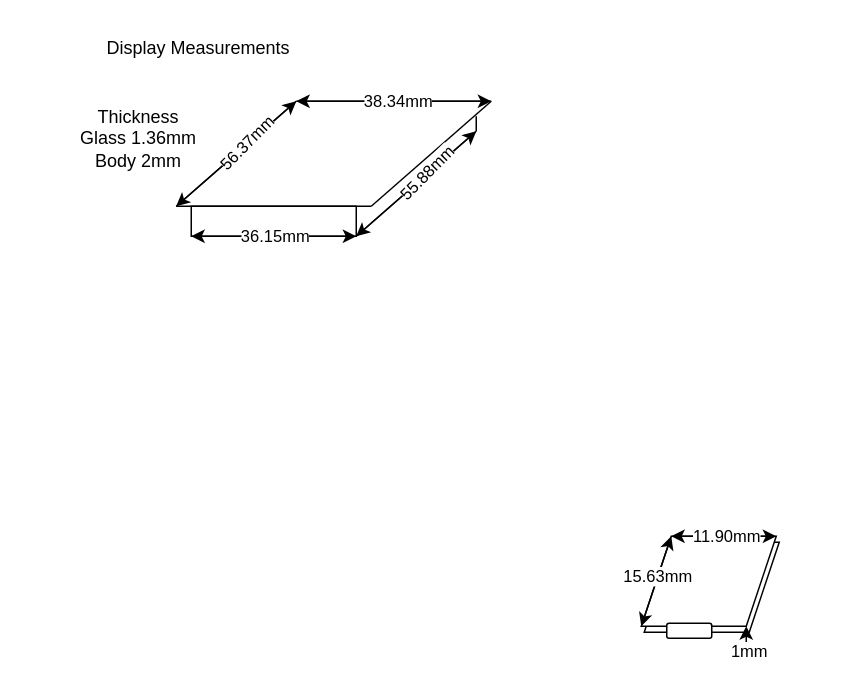
Before: assets/3d/case/measurements.drawio in sandreas/rust-slint-riscv64-musl-demo, a draw.io diagram. Source tidied: cells renumbered, new cells numbered last; positions are measured from the earlier drawing's top-left corner, leaving out a move shared by most shapes. Both pictures are drawn from the tidied source at 150%, with x=0, y=0 at pixel (26, 26).
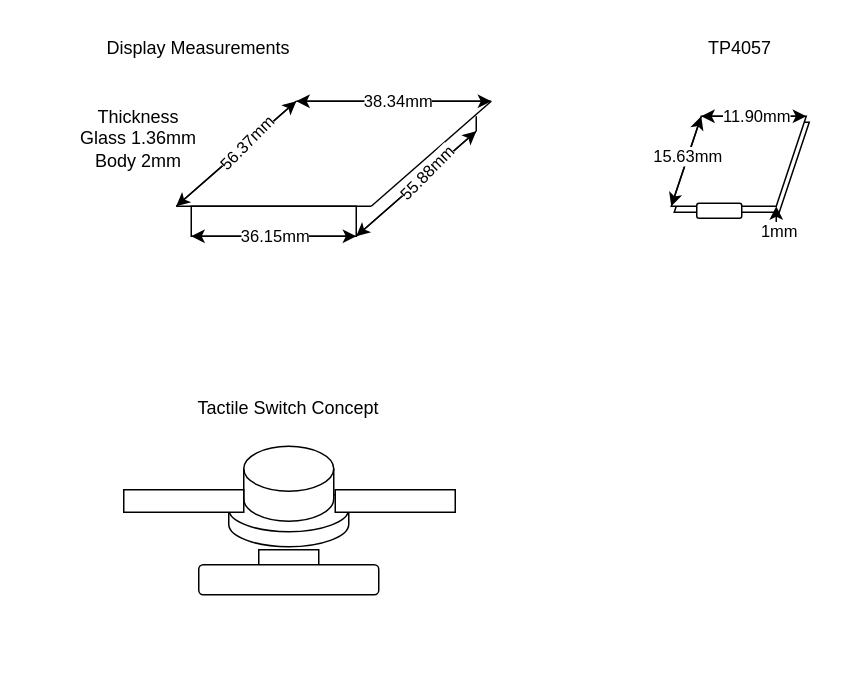
After the change.

Change to the diagram source:
```diff
@@
-    <mxCell id="2" style="shape=parallelogram;perimeter=parallelogramPerimeter;whiteSpace=wrap;html=1;fixedSize=1;" parent="1" vertex="1">
-      <mxGeometry x="412" y="344" width="90" height="60" as="geometry" />
-    </mxCell>
@@
+    <mxCell id="29" style="group;" parent="1" vertex="1">
+      <mxGeometry x="430" y="60" width="92" height="80" as="geometry" />
+    </mxCell>
+    <mxCell id="2" style="shape=parallelogram;perimeter=parallelogramPerimeter;whiteSpace=wrap;html=1;fixedSize=1;" parent="29" vertex="1">
+      <mxGeometry x="2" y="4" width="90" height="60" as="geometry" />
+    </mxCell>
-    <mxCell id="21" style="shape=parallelogram;perimeter=parallelogramPerimeter;whiteSpace=wrap;html=1;fixedSize=1;" parent="1" vertex="1">
-      <mxGeometry x="410" y="340" width="90" height="60" as="geometry" />
+    <mxCell id="21" style="shape=parallelogram;perimeter=parallelogramPerimeter;whiteSpace=wrap;html=1;fixedSize=1;" parent="29" vertex="1">
+      <mxGeometry width="90" height="60" as="geometry" />
     </mxCell>
-    <mxCell id="22" style="rounded=1;whiteSpace=wrap;html=1;" parent="1" vertex="1">
-      <mxGeometry x="427" y="398" width="30" height="10" as="geometry" />
+    <mxCell id="22" style="rounded=1;whiteSpace=wrap;html=1;" parent="29" vertex="1">
+      <mxGeometry x="17" y="58" width="30" height="10" as="geometry" />
     </mxCell>
-    <mxCell id="23" style="endArrow=classic;startArrow=classic;html=1;rounded=0;" parent="1" edge="1">
+    <mxCell id="23" style="endArrow=classic;startArrow=classic;html=1;rounded=0;" parent="29" edge="1">
       <mxGeometry relative="1" as="geometry">
-        <mxPoint x="410" y="400" as="sourcePoint" />
-        <mxPoint x="430" y="340" as="targetPoint" />
+        <mxPoint y="60" as="sourcePoint" />
+        <mxPoint x="20" as="targetPoint" />
       </mxGeometry>
     </mxCell>
@@
-    <mxCell id="25" style="endArrow=classic;startArrow=classic;html=1;rounded=0;entryX=1;entryY=0;entryDx=0;entryDy=0;" parent="1" edge="1" target="21">
+    <mxCell id="25" style="endArrow=classic;startArrow=classic;html=1;rounded=0;entryX=1;entryY=0;entryDx=0;entryDy=0;" parent="29" edge="1" target="21">
       <mxGeometry relative="1" as="geometry">
-        <mxPoint x="430" y="340" as="sourcePoint" />
+        <mxPoint x="20" as="sourcePoint" />
       </mxGeometry>
     </mxCell>
@@
-    <mxCell id="27" style="endArrow=classic;startArrow=classic;html=1;rounded=0;" parent="1" edge="1">
+    <mxCell id="27" style="endArrow=classic;startArrow=classic;html=1;rounded=0;" parent="29" edge="1">
       <mxGeometry relative="1" as="geometry">
-        <mxPoint x="480" y="420" as="sourcePoint" />
-        <mxPoint x="480" y="400" as="targetPoint" />
+        <mxPoint x="70" y="80" as="sourcePoint" />
+        <mxPoint x="70" y="60" as="targetPoint" />
       </mxGeometry>
     </mxCell>
@@
+    <mxCell id="30" value="&lt;div&gt;TP4057&lt;/div&gt;" style="text;html=1;whiteSpace=wrap;strokeColor=none;fillColor=none;align=center;verticalAlign=middle;rounded=0;" parent="1" vertex="1">
+      <mxGeometry x="446" width="60" height="30" as="geometry" />
+    </mxCell>
+    <mxCell id="31" value="Tactile Switch Concept" style="text;html=1;whiteSpace=wrap;strokeColor=none;fillColor=none;align=center;verticalAlign=middle;rounded=0;" parent="1" vertex="1">
+      <mxGeometry x="105" y="240" width="140" height="30" as="geometry" />
+    </mxCell>
+    <mxCell id="32" style="shape=cylinder3;whiteSpace=wrap;html=1;boundedLbl=1;backgroundOutline=1;size=15;" parent="1" vertex="1">
+      <mxGeometry x="135" y="307" width="80" height="40" as="geometry" />
+    </mxCell>
+    <mxCell id="33" style="shape=cylinder3;whiteSpace=wrap;html=1;boundedLbl=1;backgroundOutline=1;size=15;" parent="1" vertex="1">
+      <mxGeometry x="145" y="280" width="60" height="50" as="geometry" />
+    </mxCell>
+    <mxCell id="34" style="rounded=0;whiteSpace=wrap;html=1;" parent="1" vertex="1">
+      <mxGeometry x="65" y="309" width="80" height="15" as="geometry" />
+    </mxCell>
+    <mxCell id="35" style="rounded=0;whiteSpace=wrap;html=1;" parent="1" vertex="1">
+      <mxGeometry x="206" y="309" width="80" height="15" as="geometry" />
+    </mxCell>
+    <mxCell id="36" style="group;" parent="1" vertex="1">
+      <mxGeometry x="115" y="349" width="120" height="30" as="geometry" />
+    </mxCell>
+    <mxCell id="37" style="rounded=0;whiteSpace=wrap;html=1;" parent="36" vertex="1">
+      <mxGeometry x="40" width="40" height="10" as="geometry" />
+    </mxCell>
+    <mxCell id="38" style="rounded=1;whiteSpace=wrap;html=1;" parent="36" vertex="1">
+      <mxGeometry y="10" width="120" height="20" as="geometry" />
+    </mxCell>
```
